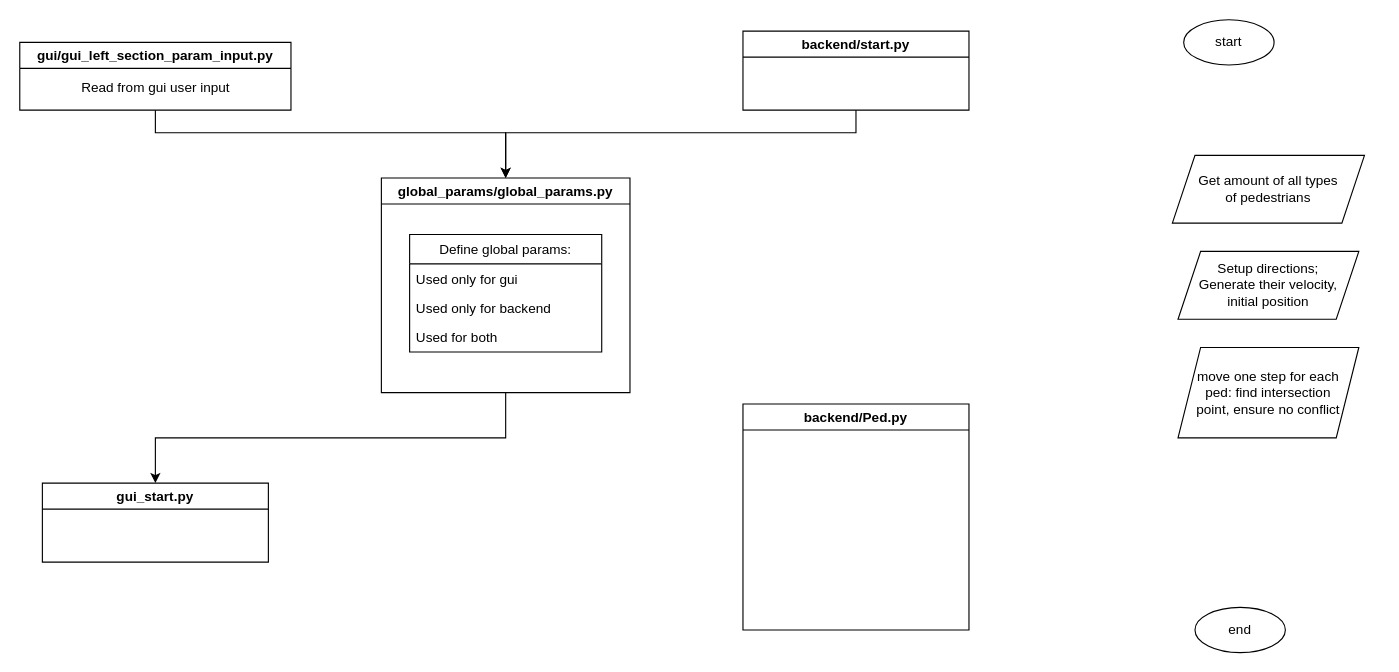
Earlier version of the draw.io diagram doc/structure.drawio (DayuanTan/PedestriansCrossingStreetSimulation). Source tidied: cells renumbered, new cells numbered last; positions are measured from the earlier drawing's top-left corner, leaving out a move shared by most shapes. Both pictures are drawn from the tidied source at 113%, with x=0, y=0 at pixel (19, 19).
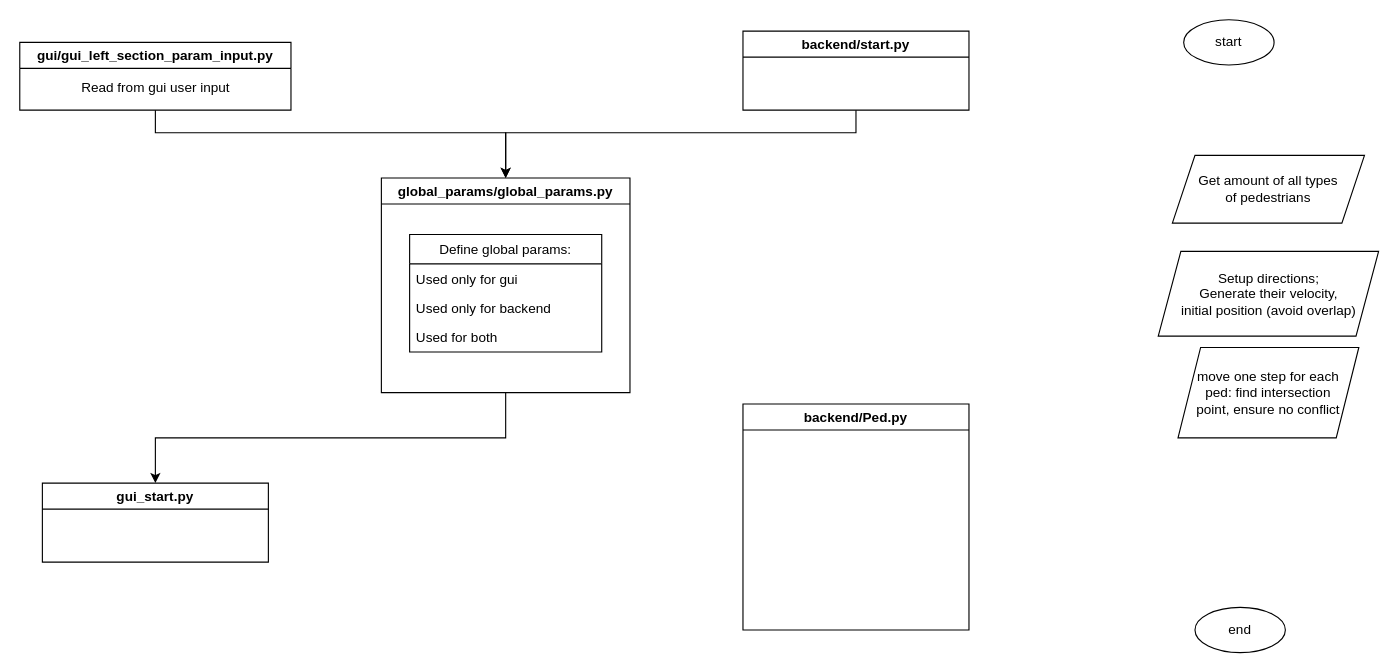
Above is the later version.

What changed in the source:
```diff
@@
-    <mxCell id="18" value="Setup directions;&lt;br&gt;Generate their velocity, &lt;br&gt;initial position" style="shape=parallelogram;perimeter=parallelogramPerimeter;whiteSpace=wrap;html=1;fixedSize=1;" parent="1" vertex="1">
-      <mxGeometry x="1025" y="205" width="160" height="60" as="geometry" />
+    <mxCell id="18" value="Setup directions;&lt;br&gt;Generate their velocity, &lt;br&gt;initial position (avoid overlap)" style="shape=parallelogram;perimeter=parallelogramPerimeter;whiteSpace=wrap;html=1;fixedSize=1;" parent="1" vertex="1">
+      <mxGeometry x="1007.5" y="205" width="195" height="75" as="geometry" />
     </mxCell>
```
